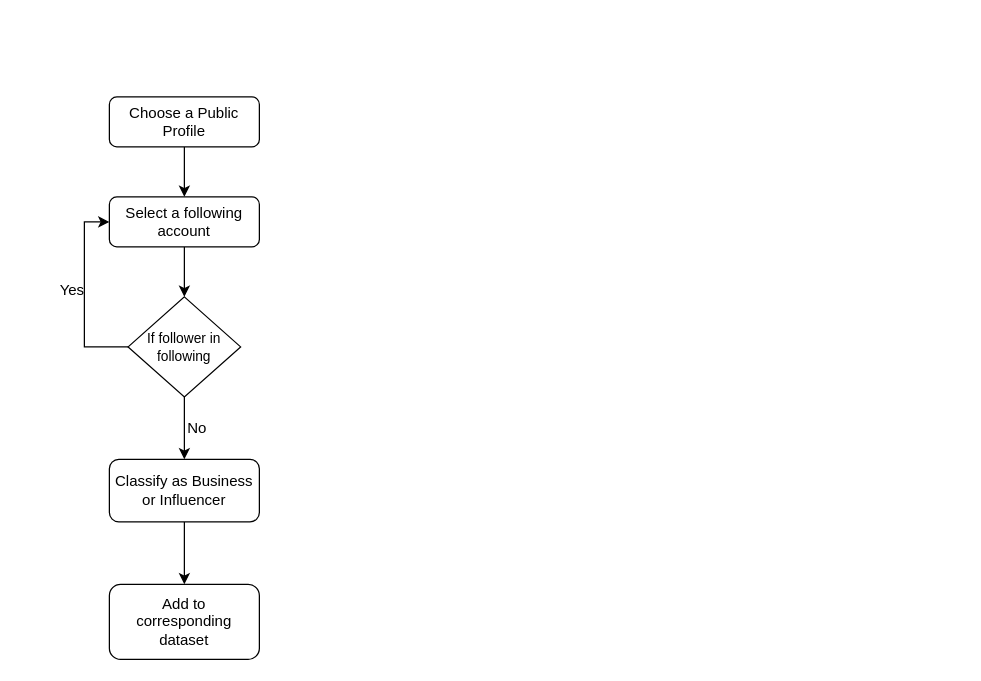
Earlier version of the draw.io diagram datascraping.drawio (John-Tenning/adl-final-lab). Source tidied: cells renumbered, new cells numbered last; positions are measured from the earlier drawing's top-left corner, leaving out a move shared by most shapes. Both pictures are drawn from the tidied source at 125%, with x=0, y=0 at pixel (46, 96).
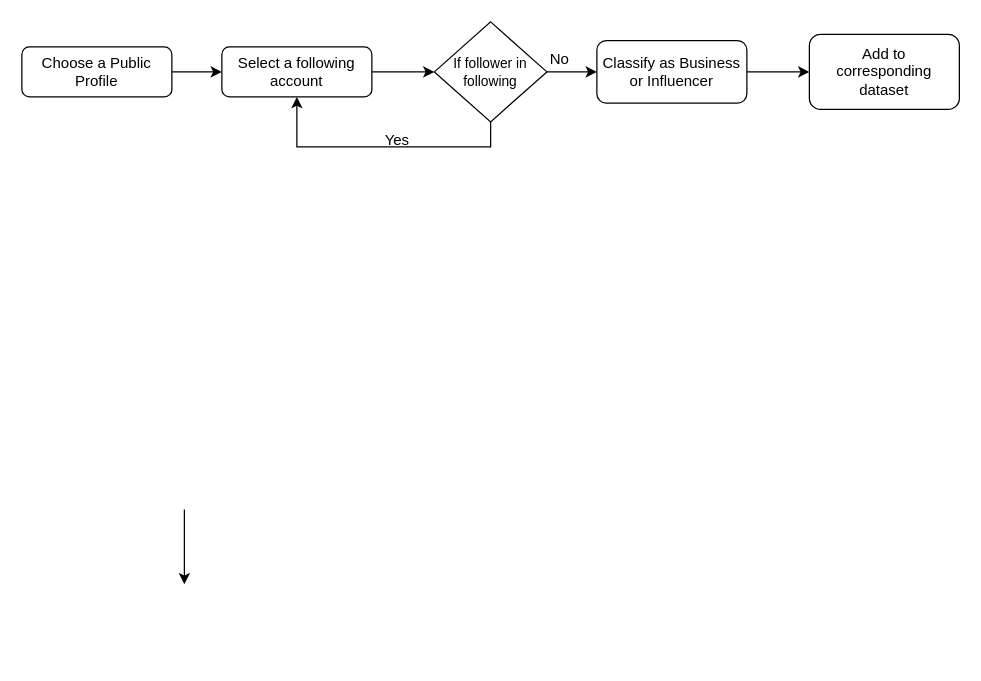
The same diagram, later.

Change to the diagram source:
```diff
@@
 <mxGraphModel>
   <root>
     <mxCell id="0" />
     <mxCell id="1" parent="0" />
-    <mxCell id="2" style="edgeStyle=orthogonalEdgeStyle;rounded=0;jettySize=auto;html=1;entryX=0.5;entryY=0;entryDx=0;entryDy=0;" parent="1" edge="1" source="3" target="5">
+    <mxCell id="2" style="edgeStyle=orthogonalEdgeStyle;rounded=0;jettySize=auto;html=1;" parent="1" edge="1" source="3" target="5">
       <mxGeometry relative="1" as="geometry" />
     </mxCell>
     <mxCell id="3" value="Choose a Public Profile" style="rounded=1;whiteSpace=wrap;html=1;fontSize=12;glass=0;strokeWidth=1;shadow=0;" parent="1" vertex="1">
-      <mxGeometry x="50" width="120" height="40" as="geometry" />
+      <mxGeometry x="-20" y="-40" width="120" height="40" as="geometry" />
     </mxCell>
-    <mxCell id="4" style="edgeStyle=orthogonalEdgeStyle;rounded=0;jettySize=auto;html=1;entryX=0.5;entryY=0;entryDx=0;entryDy=0;" parent="1" edge="1" source="5" target="8">
+    <mxCell id="4" style="edgeStyle=orthogonalEdgeStyle;rounded=0;jettySize=auto;html=1;" parent="1" edge="1" source="5" target="8">
       <mxGeometry relative="1" as="geometry" />
     </mxCell>
     <mxCell id="5" value="Select a following account" style="rounded=1;whiteSpace=wrap;html=1;fontSize=12;glass=0;strokeWidth=1;shadow=0;" parent="1" vertex="1">
-      <mxGeometry x="50" y="80" width="120" height="40" as="geometry" />
+      <mxGeometry x="140" y="-40" width="120" height="40" as="geometry" />
     </mxCell>
-    <mxCell id="6" style="edgeStyle=orthogonalEdgeStyle;rounded=0;jettySize=auto;html=1;entryX=0;entryY=0.5;entryDx=0;entryDy=0;" parent="1" edge="1" source="8" target="5">
+    <mxCell id="6" style="edgeStyle=orthogonalEdgeStyle;rounded=0;jettySize=auto;html=1;exitX=0.5;exitY=1;exitDx=0;exitDy=0;" parent="1" edge="1" source="8" target="5">
       <mxGeometry relative="1" as="geometry">
         <Array as="points">
-          <mxPoint x="30" y="200" />
-          <mxPoint x="30" y="100" />
+          <mxPoint x="355" y="40" />
+          <mxPoint x="200" y="40" />
         </Array>
       </mxGeometry>
     </mxCell>
-    <mxCell id="7" style="edgeStyle=orthogonalEdgeStyle;rounded=0;jettySize=auto;html=1;" parent="1" edge="1" source="8">
-      <mxGeometry relative="1" as="geometry">
-        <mxPoint x="110" y="290" as="targetPoint" />
-      </mxGeometry>
-    </mxCell>
+    <mxCell id="14" style="edgeStyle=orthogonalEdgeStyle;rounded=0;jettySize=auto;html=1;" parent="1" edge="1" source="8" target="12">
+      <mxGeometry relative="1" as="geometry" />
+    </mxCell>
     <mxCell id="8" value="&lt;font style=&quot;font-size: 11px;&quot;&gt;If follower in following&lt;/font&gt;" style="rhombus;whiteSpace=wrap;html=1;" parent="1" vertex="1">
-      <mxGeometry x="65" y="160" width="90" height="80" as="geometry" />
+      <mxGeometry x="310" y="-60" width="90" height="80" as="geometry" />
     </mxCell>
-    <mxCell id="9" value="Yes" style="text;html=1;align=center;verticalAlign=middle;strokeColor=none;fillColor=none;" parent="1" vertex="1">
-      <mxGeometry y="140" width="40" height="30" as="geometry" />
-    </mxCell>
     <mxCell id="10" value="No" style="text;html=1;align=center;verticalAlign=middle;strokeColor=none;fillColor=none;" parent="1" vertex="1">
-      <mxGeometry x="100" y="250" width="40" height="30" as="geometry" />
+      <mxGeometry x="390" y="-45" width="40" height="30" as="geometry" />
     </mxCell>
     <mxCell id="11" style="edgeStyle=orthogonalEdgeStyle;rounded=0;orthogonalLoop=1;jettySize=auto;html=1;" parent="1" edge="1">
       <mxGeometry relative="1" as="geometry">
         <mxPoint x="110" y="330" as="sourcePoint" />
         <mxPoint x="110" y="390" as="targetPoint" />
       </mxGeometry>
     </mxCell>
+    <mxCell id="15" style="edgeStyle=orthogonalEdgeStyle;rounded=0;jettySize=auto;html=1;" parent="1" edge="1" source="12" target="13">
+      <mxGeometry relative="1" as="geometry" />
+    </mxCell>
     <mxCell id="12" value="Classify as Business or Influencer" style="rounded=1;whiteSpace=wrap;html=1;" parent="1" vertex="1">
-      <mxGeometry x="50" y="290" width="120" height="50" as="geometry" />
+      <mxGeometry x="440" y="-45" width="120" height="50" as="geometry" />
     </mxCell>
     <mxCell id="13" value="Add to &lt;br&gt;corresponding dataset" style="rounded=1;whiteSpace=wrap;html=1;" parent="1" vertex="1">
-      <mxGeometry x="50" y="390" width="120" height="60" as="geometry" />
+      <mxGeometry x="610" y="-50" width="120" height="60" as="geometry" />
     </mxCell>
+    <mxCell id="9" value="Yes" style="text;html=1;align=center;verticalAlign=middle;strokeColor=none;fillColor=none;" parent="1" vertex="1">
+      <mxGeometry x="260" y="20" width="40" height="30" as="geometry" />
+    </mxCell>
   </root>
 </mxGraphModel>
```
